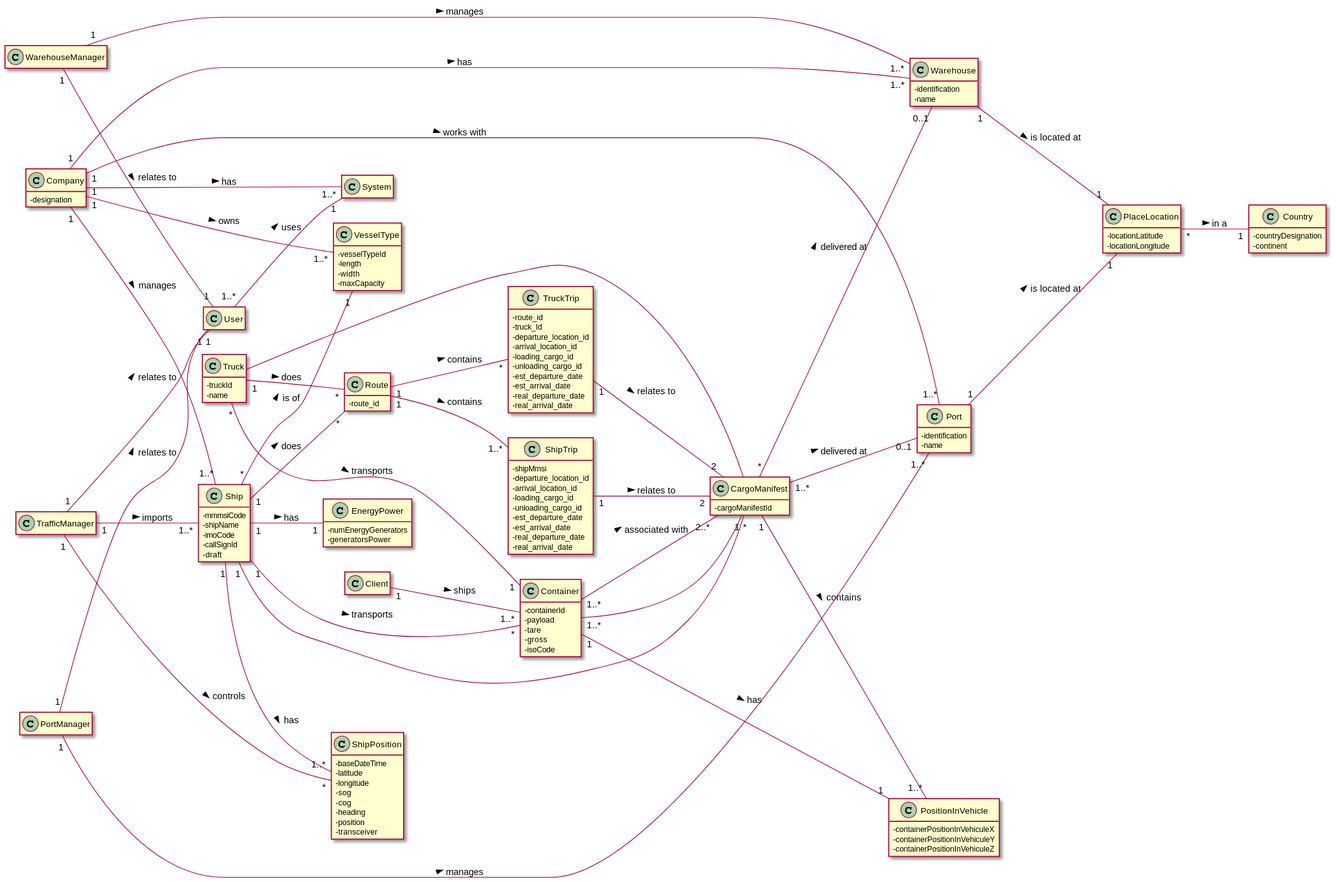
The PlantUML diagram docs/DM.svg in ana-albergaria/LAPR3-ISEP, before a commit.
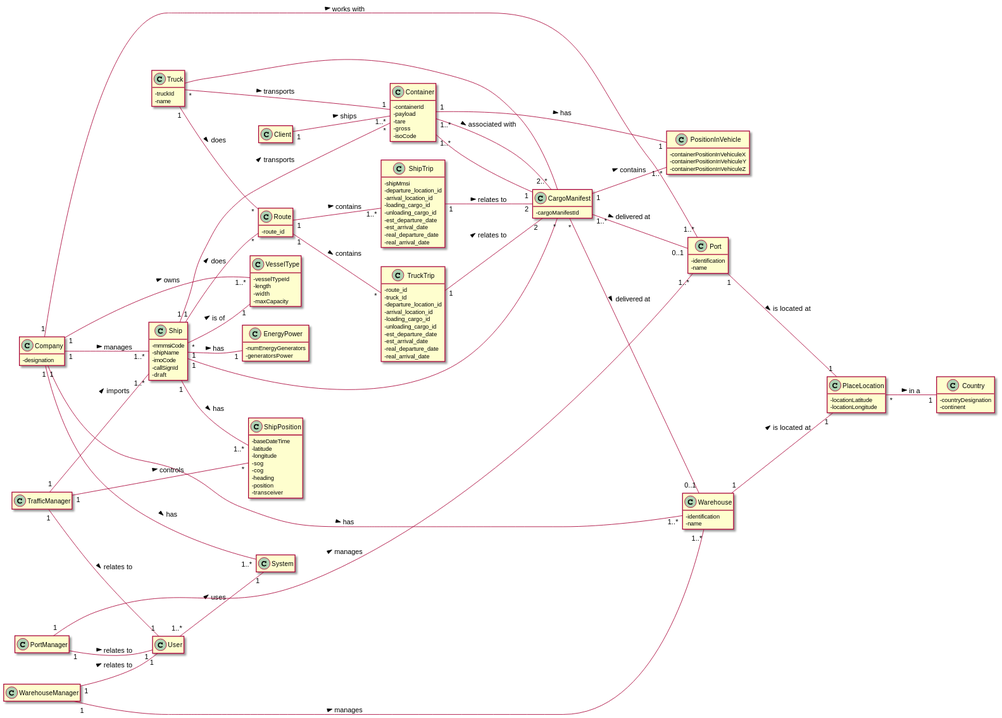
The same file after the commit.

Commit message:
GENERAL improving DM aesthetics

What changed in the source:
```diff
@@ -131,7 +131,7 @@
 }
 
 
-Company "1" -- "1..*" System : has >
+Company "1" - "1..*" System : has >
 User "1..*" -- "1" System : uses >
 TrafficManager "1" -- "1" User : relates to >
 WarehouseManager "1" -- "1" User : relates to >
```
